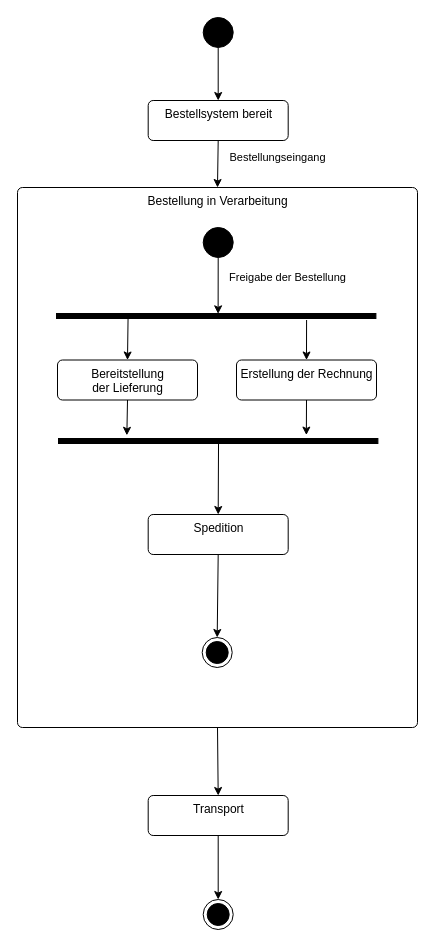
Above: docs/bestellprozess.drawio in Jacques-Mock-Schindler/Studienleistung3 (draw.io), before the change. Source tidied: cells renumbered, new cells numbered last; positions are measured from the earlier drawing's top-left corner, leaving out a move shared by most shapes. Both pictures are drawn from the tidied source at 100%, with x=0, y=0 at pixel (17, 17).
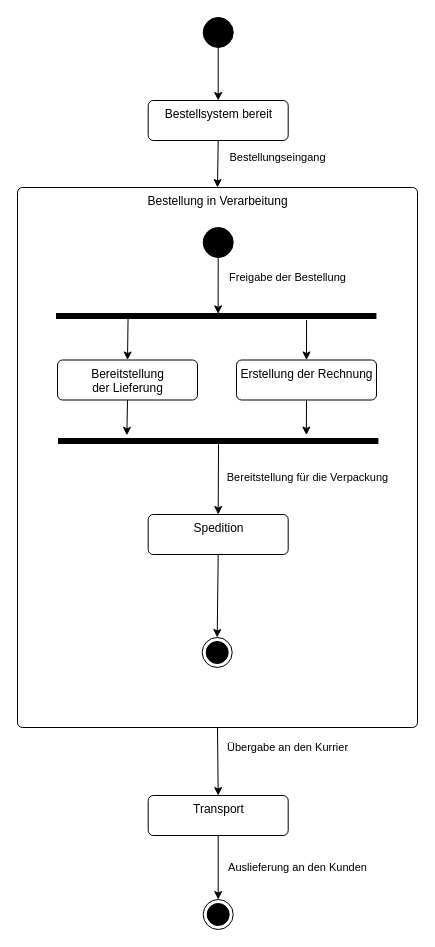
The same diagram, later.

Commit message:
Ergänzung der Darstellung um Aktivitäten

The change refers to these unchanged cells:
```xml
<mxCell id="2" value="Bestellung in Verarbeitung" style="html=1;align=center;verticalAlign=top;rounded=1;absoluteArcSize=1;arcSize=10;dashed=0;" parent="1" vertex="1">
  <mxGeometry y="170" width="400" height="540" as="geometry" />
</mxCell>
<mxCell id="5" value="Spedition" style="html=1;align=center;verticalAlign=top;rounded=1;absoluteArcSize=1;arcSize=10;dashed=0;" parent="1" vertex="1">
  <mxGeometry x="130.7" y="497" width="140" height="40" as="geometry" />
</mxCell>
<mxCell id="6" value="Transport" style="html=1;align=center;verticalAlign=top;rounded=1;absoluteArcSize=1;arcSize=10;dashed=0;" parent="1" vertex="1">
  <mxGeometry x="130.7" y="778" width="140" height="40" as="geometry" />
</mxCell>
<mxCell id="7" style="ellipse;html=1;shape=endState;fillColor=strokeColor;" parent="1" vertex="1">
  <mxGeometry x="185.7" y="882" width="30" height="30" as="geometry" />
</mxCell>
<mxCell id="11" style="html=1;points=[];perimeter=orthogonalPerimeter;fillColor=strokeColor;rotation=90;" parent="9" vertex="1">
  <mxGeometry x="159.2" y="-32.2" width="5" height="319.4" as="geometry" />
</mxCell>
```

Diff of the diagram source:
```diff
@@
-    <mxCell id="8" style="endArrow=classic;html=1;rounded=0;entryX=0.5;entryY=0;entryDx=0;entryDy=0;exitX=1.067;exitY=0.499;exitDx=0;exitDy=0;exitPerimeter=0;" parent="1" edge="1" source="11" target="5">
-      <mxGeometry relative="1" as="geometry" />
+    <mxCell id="8" value="Bereitstellung für die Verpackung" style="endArrow=classic;html=1;rounded=0;entryX=0.5;entryY=0;entryDx=0;entryDy=0;exitX=1.067;exitY=0.499;exitDx=0;exitDy=0;exitPerimeter=0;" parent="1" edge="1" source="11" target="5">
+      <mxGeometry x="-0.06" y="89" relative="1" as="geometry" />
     </mxCell>
@@
-    <mxCell id="21" style="endArrow=classic;html=1;rounded=0;exitX=0.5;exitY=1;exitDx=0;exitDy=0;entryX=0.5;entryY=0;entryDx=0;entryDy=0;" parent="1" edge="1" source="6" target="7">
-      <mxGeometry relative="1" as="geometry" />
+    <mxCell id="21" value="Auslieferung an den Kunden" style="endArrow=classic;html=1;rounded=0;exitX=0.5;exitY=1;exitDx=0;exitDy=0;entryX=0.5;entryY=0;entryDx=0;entryDy=0;" parent="1" edge="1" source="6" target="7">
+      <mxGeometry y="79" relative="1" as="geometry" />
     </mxCell>
@@
-    <mxCell id="26" style="endArrow=classic;html=1;exitX=0.5;exitY=1;exitDx=0;exitDy=0;entryX=0.5;entryY=0;entryDx=0;entryDy=0;" parent="1" edge="1" source="2" target="6">
-      <mxGeometry relative="1" as="geometry" />
+    <mxCell id="26" value="Übergabe an den Kurrier" style="endArrow=classic;html=1;exitX=0.5;exitY=1;exitDx=0;exitDy=0;entryX=0.5;entryY=0;entryDx=0;entryDy=0;" parent="1" edge="1" source="2" target="6">
+      <mxGeometry x="-0.39" y="70" relative="1" as="geometry" />
     </mxCell>
```
